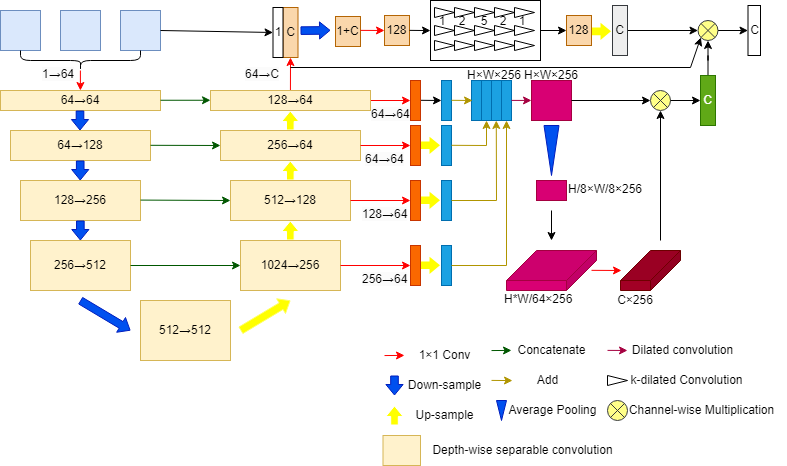
Earlier version of the draw.io export test.drawio.png (DemonH-p/self-study). Source tidied: cells renumbered, new cells last; positions are measured from the earlier drawing's top-left corner, leaving out a move shared by most shapes.
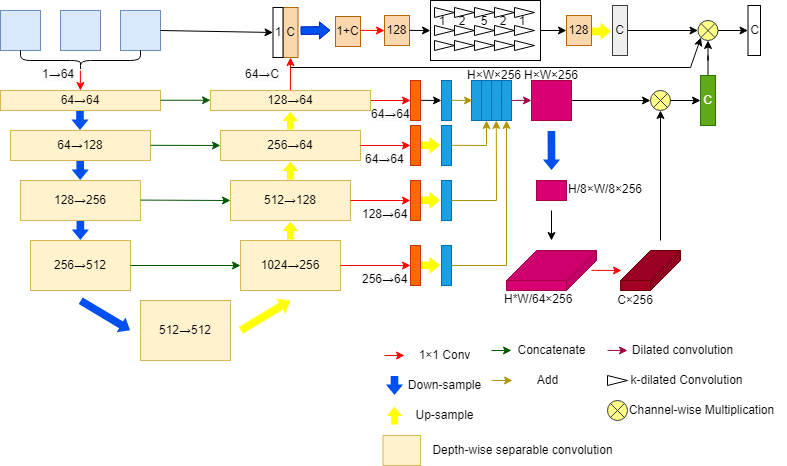
The same diagram one commit later.

What changed in the source:
```diff
@@ -23,7 +23,7 @@
     <mxCell id="8" value="64→128" style="rounded=0;whiteSpace=wrap;html=1;fillColor=#fff2cc;strokeColor=#d6b656;" parent="1" vertex="1">
       <mxGeometry x="10" y="130" width="140" height="30" as="geometry" />
     </mxCell>
-    <mxCell id="9" style="shape=flexArrow;endArrow=classic;html=1;rounded=0;fillColor=#0050ef;strokeColor=#001DBC;endWidth=8.571428571428571;endSize=3.157142857142857;width=7.619047619047619;" parent="1" edge="1">
+    <mxCell id="9" style="shape=flexArrow;endArrow=classic;html=1;rounded=0;fillColor=#0050ef;strokeColor=none;endWidth=8.571428571428571;endSize=3.157142857142857;width=7.619047619047619;" parent="1" edge="1">
       <mxGeometry relative="1" as="geometry">
         <mxPoint x="79.5" y="110" as="sourcePoint" />
         <mxPoint x="79.5" y="130" as="targetPoint" />
@@ -32,7 +32,7 @@
         </Array>
       </mxGeometry>
     </mxCell>
-    <mxCell id="10" style="shape=flexArrow;endArrow=classic;html=1;rounded=0;fillColor=#0050ef;strokeColor=#001DBC;endWidth=8.571428571428571;endSize=3.157142857142857;width=7.619047619047619;" parent="1" edge="1">
+    <mxCell id="10" style="shape=flexArrow;endArrow=classic;html=1;rounded=0;fillColor=#0050ef;strokeColor=none;endWidth=8.571428571428571;endSize=3.157142857142857;width=7.619047619047619;" parent="1" edge="1">
       <mxGeometry relative="1" as="geometry">
         <mxPoint x="79.7" y="160" as="sourcePoint" />
         <mxPoint x="79.7" y="180" as="targetPoint" />
@@ -47,7 +47,7 @@
         <mxPoint x="79.9" y="90" as="targetPoint" />
       </mxGeometry>
     </mxCell>
-    <mxCell id="12" style="shape=flexArrow;endArrow=classic;html=1;rounded=0;fillColor=#0050ef;strokeColor=#001DBC;endWidth=8.571428571428571;endSize=3.157142857142857;width=7.619047619047619;" parent="1" edge="1">
+    <mxCell id="12" style="shape=flexArrow;endArrow=classic;html=1;rounded=0;fillColor=#0050ef;strokeColor=none;endWidth=8.571428571428571;endSize=3.157142857142857;width=7.619047619047619;" parent="1" edge="1">
       <mxGeometry relative="1" as="geometry">
         <mxPoint x="79.9" y="220" as="sourcePoint" />
         <mxPoint x="79.9" y="240" as="targetPoint" />
@@ -56,7 +56,7 @@
         </Array>
       </mxGeometry>
     </mxCell>
-    <mxCell id="13" style="shape=flexArrow;endArrow=classic;html=1;rounded=0;fillColor=#0050ef;strokeColor=#001DBC;endWidth=8.571428571428571;endSize=3.157142857142857;width=7.619047619047619;" parent="1" edge="1">
+    <mxCell id="13" style="shape=flexArrow;endArrow=classic;html=1;rounded=0;fillColor=#0050ef;strokeColor=none;endWidth=8.571428571428571;endSize=3.157142857142857;width=7.619047619047619;" parent="1" edge="1">
       <mxGeometry relative="1" as="geometry">
         <mxPoint x="79.8" y="300" as="sourcePoint" />
         <mxPoint x="130" y="330" as="targetPoint" />
@@ -285,7 +285,7 @@
     <mxCell id="60" value="1×1 Conv" style="text;html=1;align=center;verticalAlign=middle;strokeColor=none;fillColor=none;" parent="1" vertex="1">
       <mxGeometry x="404" y="340" width="80" height="30" as="geometry" />
     </mxCell>
-    <mxCell id="61" style="shape=flexArrow;endArrow=classic;html=1;rounded=0;fillColor=#0050ef;strokeColor=#001DBC;endWidth=8.571428571428571;endSize=3.157142857142857;width=7.619047619047619;" parent="1" edge="1">
+    <mxCell id="61" style="shape=flexArrow;endArrow=classic;html=1;rounded=0;fillColor=#0050ef;strokeColor=none;endWidth=8.571428571428571;endSize=3.157142857142857;width=7.619047619047619;" parent="1" edge="1">
       <mxGeometry relative="1" as="geometry">
         <mxPoint x="394" y="375" as="sourcePoint" />
         <mxPoint x="394" y="395" as="targetPoint" />
@@ -369,15 +369,6 @@
     <mxCell id="80" value="&lt;span style=&quot;border-color: var(--border-color); color: rgb(0, 0, 0); font-family: Helvetica; font-size: 11px; font-style: normal; font-variant-ligatures: normal; font-variant-caps: normal; font-weight: 400; letter-spacing: normal; orphans: 2; text-align: center; text-indent: 0px; text-transform: none; widows: 2; word-spacing: 0px; -webkit-text-stroke-width: 0px; background-color: initial; text-decoration-thickness: initial; text-decoration-style: initial; text-decoration-color: initial;&quot;&gt;H×W×256&lt;/span&gt;" style="text;whiteSpace=wrap;html=1;" parent="1" vertex="1">
       <mxGeometry x="465" y="61" width="54" height="20" as="geometry" />
     </mxCell>
-    <mxCell id="81" style="triangle;whiteSpace=wrap;html=1;direction=south;fillColor=#0050ef;fontColor=#ffffff;strokeColor=#001DBC;" parent="1" vertex="1">
-      <mxGeometry x="543.5" y="125" width="15" height="50" as="geometry" />
-    </mxCell>
-    <mxCell id="82" style="triangle;whiteSpace=wrap;html=1;direction=south;fillColor=#0050ef;fontColor=#ffffff;strokeColor=#001DBC;" parent="1" vertex="1">
-      <mxGeometry x="496" y="400" width="10" height="20" as="geometry" />
-    </mxCell>
-    <mxCell id="83" value="Average Pooling" style="text;html=1;align=center;verticalAlign=middle;strokeColor=none;fillColor=none;" parent="1" vertex="1">
-      <mxGeometry x="497" y="395" width="110" height="30" as="geometry" />
-    </mxCell>
     <mxCell id="84" style="endArrow=classic;html=1;rounded=0;fillColor=#d80073;strokeColor=#A50040;" parent="1" edge="1">
       <mxGeometry relative="1" as="geometry">
         <mxPoint x="607" y="349.9" as="sourcePoint" />
@@ -576,5 +567,14 @@
         </Array>
       </mxGeometry>
     </mxCell>
+    <mxCell id="140" style="shape=flexArrow;endArrow=classic;html=1;rounded=0;fillColor=#0050ef;strokeColor=none;endWidth=8.571428571428571;endSize=3.157142857142857;width=7.619047619047619;" parent="1" edge="1">
+      <mxGeometry relative="1" as="geometry">
+        <mxPoint x="550.9" y="130" as="sourcePoint" />
+        <mxPoint x="551" y="170" as="targetPoint" />
+        <Array as="points">
+          <mxPoint x="550.9" y="130" />
+        </Array>
+      </mxGeometry>
+    </mxCell>
   </root>
 </mxGraphModel>
```
